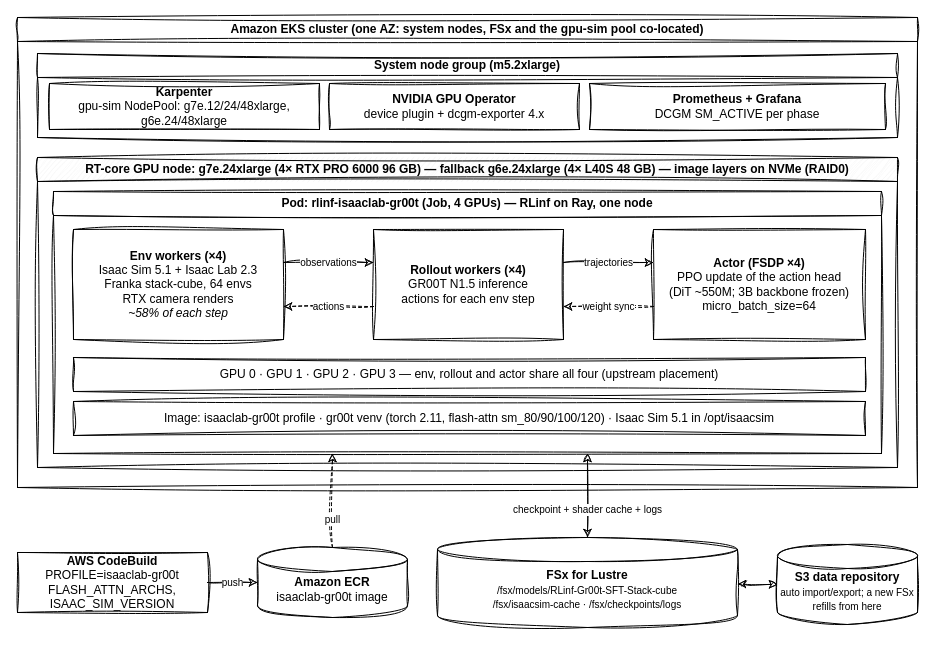
Before: examples/isaaclab-gr00t-ppo/diagrams/infra-isaaclab-gr00t-ppo.drawio in aws-samples/sample-rlinf-on-eks, a draw.io diagram. Source tidied: cells renumbered, new cells numbered last; positions are measured from the earlier drawing's top-left corner, leaving out a move shared by most shapes. Both pictures are drawn from the tidied source at 100%, with x=0, y=0 at pixel (17, 17).
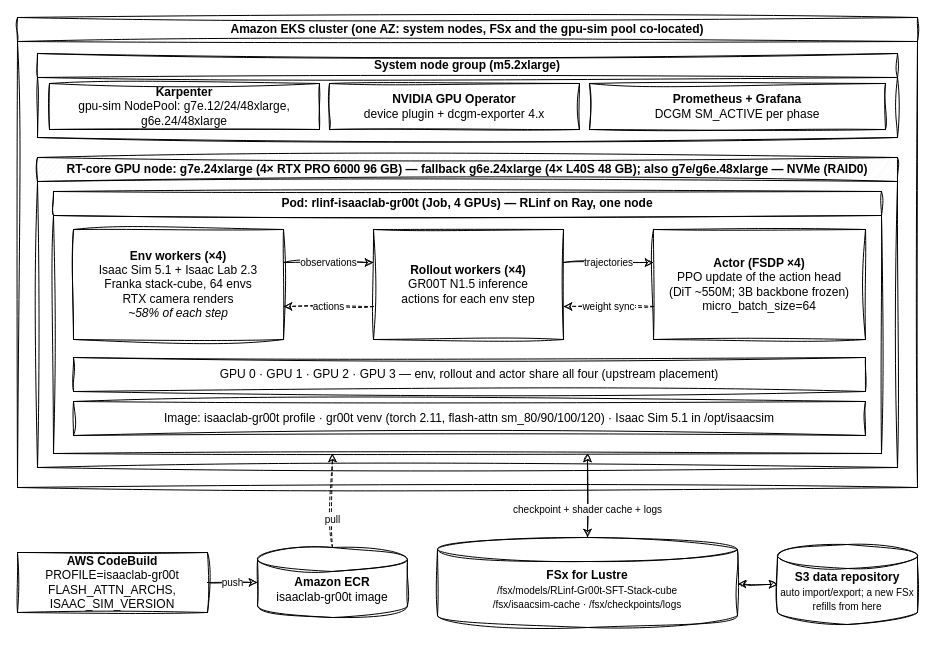
The same diagram, later.

Commit message (it also covers changes not shown here):
IsaacLab training manifest also accepts g7e.48xlarge / g6e.48xlarge (uses 4 of 8 GPUs) for scarce 4-GPU capacity; README + diagram; instance-type check expands g7e/g6e.48xlarge

Diff of the diagram source:
```diff
@@
-    <mxCell id="7" value="RT-core GPU node: g7e.24xlarge (4× RTX PRO 6000 96 GB) — fallback g6e.24xlarge (4× L40S 48 GB) — image layers on NVMe (RAID0)" style="swimlane;startSize=24;fontStyle=1;fillColor=#F5F5F5;labelBackgroundColor=none;html=1;whiteSpace=wrap;rounded=0;sketch=1;curveFitting=1;jiggle=2;" parent="1" vertex="1">
+    <mxCell id="7" value="RT-core GPU node: g7e.24xlarge (4× RTX PRO 6000 96 GB) — fallback g6e.24xlarge (4× L40S 48 GB); also g7e/g6e.48xlarge — NVMe (RAID0)" style="swimlane;startSize=24;fontStyle=1;fillColor=#F5F5F5;labelBackgroundColor=none;html=1;whiteSpace=wrap;rounded=0;sketch=1;curveFitting=1;jiggle=2;" parent="1" vertex="1">
       <mxGeometry x="20" y="140" width="860" height="310" as="geometry" />
     </mxCell>
```
